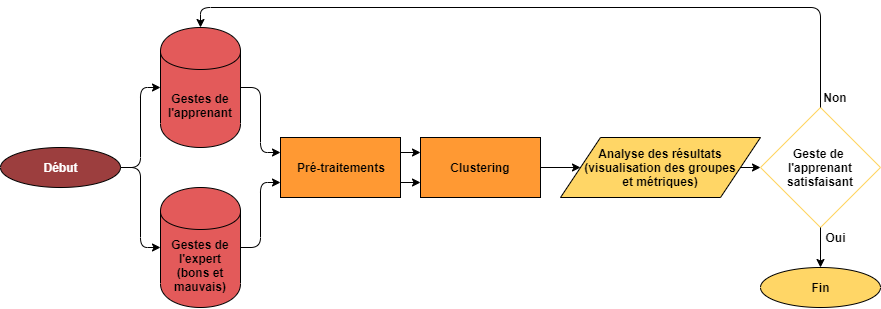
Above: img/workflow_MLA.png in Coul33t/diapos-soutenance (draw.io), before the change. Source tidied: cells renumbered, new cells last; positions are measured from the earlier drawing's top-left corner, leaving out a move shared by most shapes.
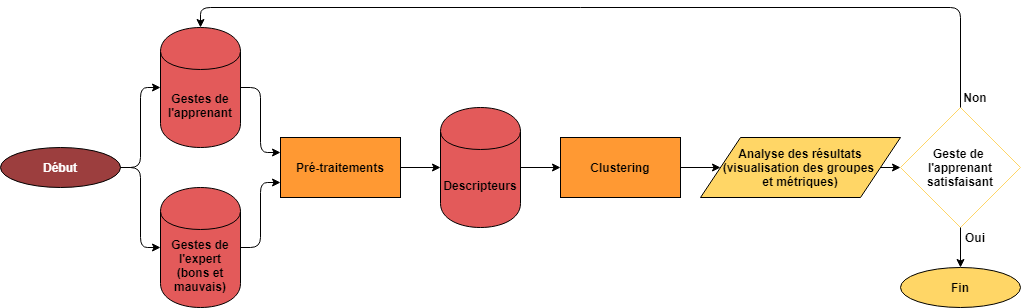
Above is the later version.

The edit, as a diff of the source:
```diff
@@ -12,39 +12,33 @@
       <mxGeometry relative="1" as="geometry" />
     </mxCell>
     <mxCell id="5" value="Gestes de l'expert (bons et mauvais)" style="shape=cylinder;whiteSpace=wrap;html=1;boundedLbl=1;backgroundOutline=1;fillColor=#E35A5A;fontStyle=1;" parent="1" vertex="1">
-      <mxGeometry x="160" y="180" width="80" height="120" as="geometry" />
+      <mxGeometry x="20" y="180" width="80" height="120" as="geometry" />
     </mxCell>
     <mxCell id="6" value="Pré-traitements" style="rounded=0;whiteSpace=wrap;html=1;fillColor=#FF9933;fontColor=#000000;fontStyle=1;" parent="1" vertex="1">
-      <mxGeometry x="280" y="130" width="120" height="60" as="geometry" />
+      <mxGeometry x="140" y="130" width="120" height="60" as="geometry" />
     </mxCell>
     <mxCell id="7" value="Clustering" style="rounded=0;whiteSpace=wrap;html=1;fillColor=#FF9933;fontStyle=1;" parent="1" vertex="1">
       <mxGeometry x="420" y="130" width="120" height="60" as="geometry" />
     </mxCell>
     <mxCell id="8" value="Gestes de l'apprenant" style="shape=cylinder;whiteSpace=wrap;html=1;boundedLbl=1;backgroundOutline=1;fillColor=#E35A5A;fontStyle=1;" parent="1" vertex="1">
-      <mxGeometry x="160" y="20" width="80" height="120" as="geometry" />
+      <mxGeometry x="20" y="20" width="80" height="120" as="geometry" />
     </mxCell>
     <mxCell id="9" style="endArrow=classic;html=1;entryX=0;entryY=0.75;entryDx=0;entryDy=0;exitX=1;exitY=0.5;exitDx=0;exitDy=0;" parent="1" edge="1" source="5" target="6">
       <mxGeometry relative="1" as="geometry">
         <Array as="points">
-          <mxPoint x="260" y="240" />
-          <mxPoint x="260" y="175" />
+          <mxPoint x="120" y="240" />
+          <mxPoint x="120" y="175" />
         </Array>
       </mxGeometry>
     </mxCell>
     <mxCell id="10" style="endArrow=classic;html=1;exitX=1;exitY=0.5;exitDx=0;exitDy=0;entryX=0;entryY=0.25;entryDx=0;entryDy=0;" parent="1" edge="1" source="8" target="6">
       <mxGeometry relative="1" as="geometry">
         <Array as="points">
-          <mxPoint x="260" y="80" />
-          <mxPoint x="260" y="145" />
+          <mxPoint x="120" y="80" />
+          <mxPoint x="120" y="145" />
         </Array>
       </mxGeometry>
     </mxCell>
-    <mxCell id="11" style="endArrow=classic;html=1;entryX=0;entryY=0.75;entryDx=0;entryDy=0;exitX=1;exitY=0.75;exitDx=0;exitDy=0;" parent="1" edge="1" source="6" target="7">
-      <mxGeometry relative="1" as="geometry" />
-    </mxCell>
-    <mxCell id="12" style="endArrow=classic;html=1;entryX=0;entryY=0.25;entryDx=0;entryDy=0;exitX=1;exitY=0.25;exitDx=0;exitDy=0;" parent="1" edge="1" source="6" target="7">
-      <mxGeometry relative="1" as="geometry" />
-    </mxCell>
     <mxCell id="13" style="endArrow=classic;html=1;entryX=0;entryY=0.5;entryDx=0;entryDy=0;exitX=1;exitY=0.5;exitDx=0;exitDy=0;" parent="1" edge="1" source="7" target="3">
       <mxGeometry relative="1" as="geometry" />
     </mxCell>
@@ -52,7 +46,7 @@
       <mxGeometry relative="1" as="geometry">
         <Array as="points">
           <mxPoint x="820" />
-          <mxPoint x="200" />
+          <mxPoint x="60" />
         </Array>
       </mxGeometry>
     </mxCell>
@@ -69,24 +63,33 @@
       <mxGeometry x="820" y="220" width="30" height="20" as="geometry" />
     </mxCell>
     <mxCell id="19" value="Début" style="ellipse;whiteSpace=wrap;html=1;fillColor=#9C3E3E;fontStyle=1;fontColor=#FFFFFF;" parent="1" vertex="1">
-      <mxGeometry y="140" width="120" height="40" as="geometry" />
+      <mxGeometry x="-140" y="140" width="120" height="40" as="geometry" />
     </mxCell>
     <mxCell id="20" style="endArrow=classic;html=1;fontSize=12;fontColor=#000000;entryX=0;entryY=0.5;entryDx=0;entryDy=0;exitX=1;exitY=0.5;exitDx=0;exitDy=0;" parent="1" edge="1" source="19" target="8">
       <mxGeometry relative="1" as="geometry">
         <Array as="points">
-          <mxPoint x="140" y="160" />
-          <mxPoint x="140" y="80" />
+          <mxPoint y="160" />
+          <mxPoint y="80" />
         </Array>
       </mxGeometry>
     </mxCell>
     <mxCell id="21" style="endArrow=classic;html=1;fontSize=12;fontColor=#000000;entryX=0;entryY=0.5;entryDx=0;entryDy=0;" parent="1" edge="1" target="5">
       <mxGeometry relative="1" as="geometry">
-        <mxPoint x="120" y="160" as="sourcePoint" />
+        <mxPoint x="-20" y="160" as="sourcePoint" />
         <Array as="points">
-          <mxPoint x="140" y="160" />
-          <mxPoint x="140" y="240" />
+          <mxPoint y="160" />
+          <mxPoint y="240" />
         </Array>
       </mxGeometry>
     </mxCell>
+    <mxCell id="22" value="Descripteurs" style="shape=cylinder;whiteSpace=wrap;html=1;boundedLbl=1;backgroundOutline=1;fillColor=#E35A5A;fontStyle=1;" parent="1" vertex="1">
+      <mxGeometry x="300" y="100" width="80" height="120" as="geometry" />
+    </mxCell>
+    <mxCell id="23" style="endArrow=classic;html=1;exitX=1;exitY=0.5;exitDx=0;exitDy=0;entryX=0;entryY=0.5;entryDx=0;entryDy=0;" parent="1" edge="1" source="6" target="22">
+      <mxGeometry relative="1" as="geometry" />
+    </mxCell>
+    <mxCell id="24" style="endArrow=classic;html=1;exitX=1;exitY=0.5;exitDx=0;exitDy=0;entryX=0;entryY=0.5;entryDx=0;entryDy=0;" parent="1" edge="1" source="22" target="7">
+      <mxGeometry relative="1" as="geometry" />
+    </mxCell>
   </root>
 </mxGraphModel>
```
